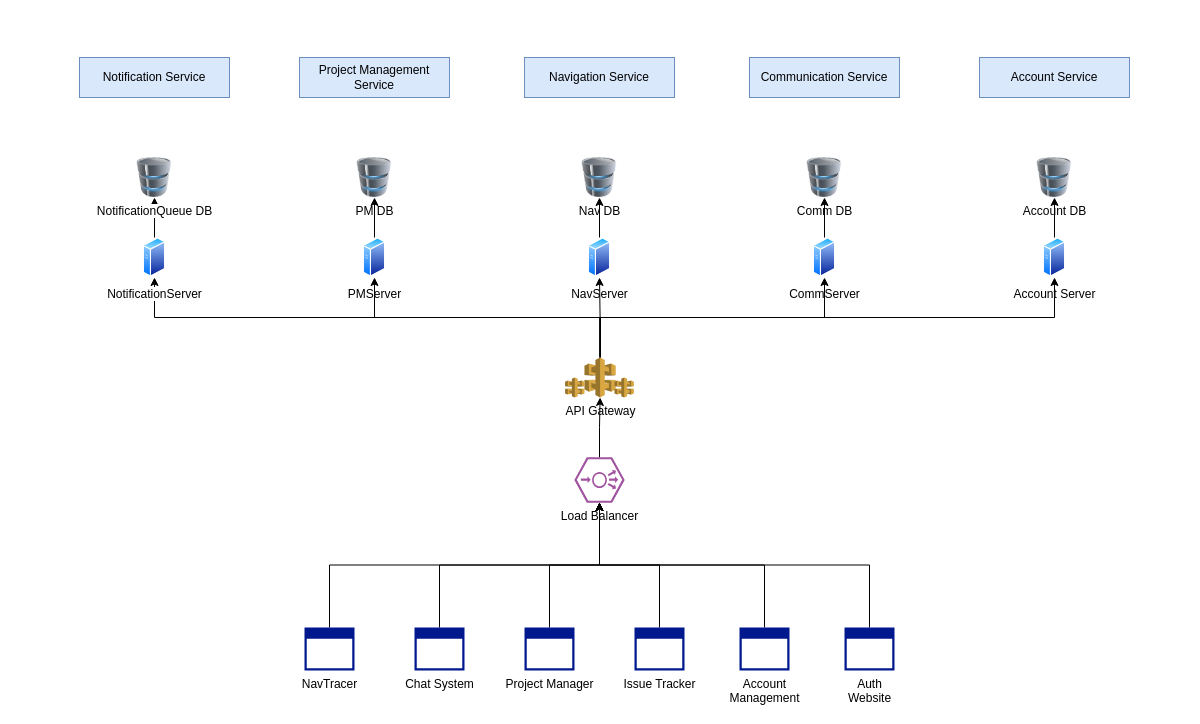
Earlier version of the draw.io diagram ms1.drawio (Null-Root/ms1). Source tidied: cells renumbered, new cells numbered last; positions are measured from the earlier drawing's top-left corner, leaving out a move shared by most shapes. Both pictures are drawn from the tidied source at 100%, with x=0, y=0 at pixel (79, 20).
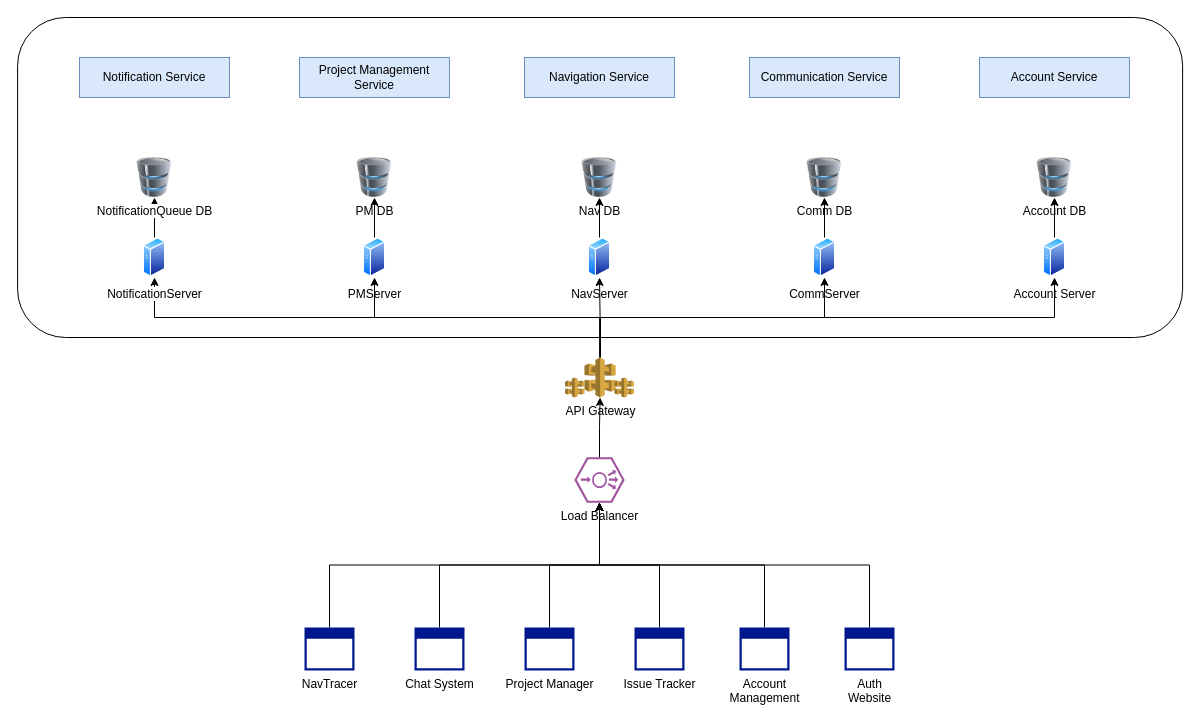
The same page after the edit.

Diff of the diagram source:
```diff
@@
+    <mxCell id="46" style="rounded=1;whiteSpace=wrap;html=1;" parent="1" vertex="1">
+      <mxGeometry x="-61.9" y="-3" width="1165" height="320" as="geometry" />
+    </mxCell>
```
